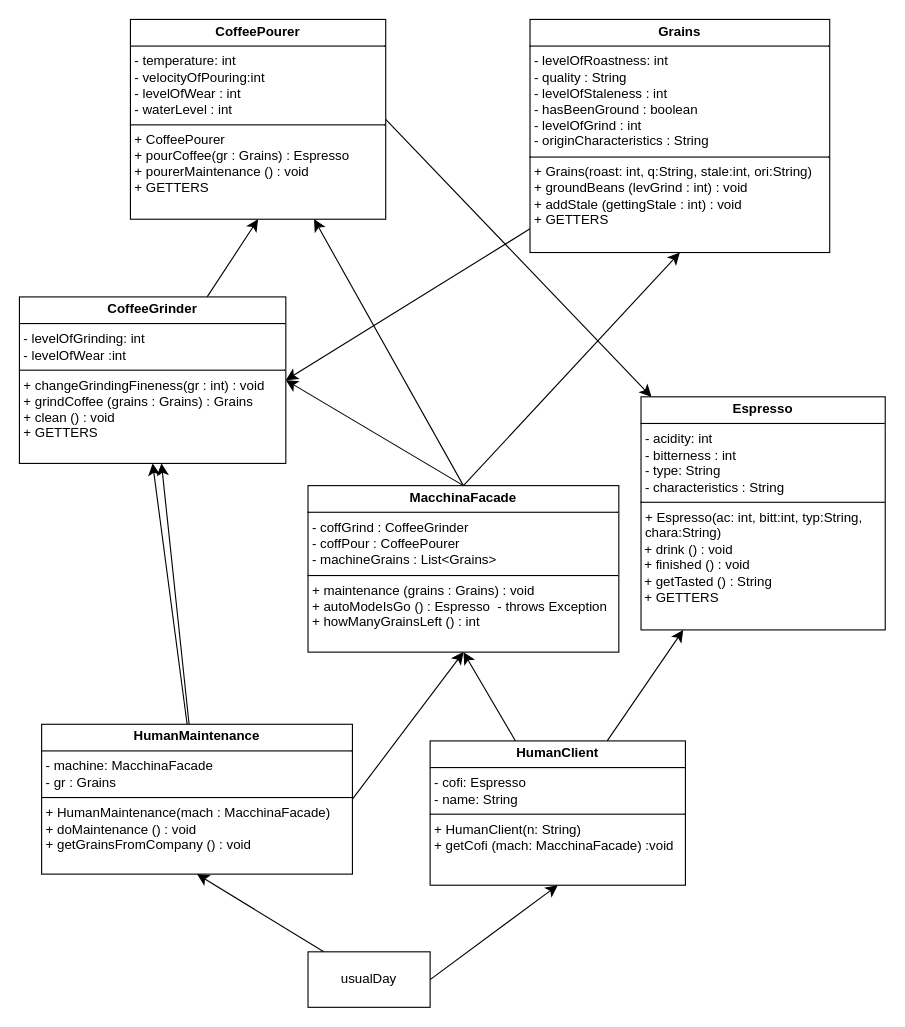
Earlier version of the draw.io diagram 21_03_25/DesignPatterns/Facade/CoffeeMachineUML.drawio (belligerentcrow/ids_unict). Source tidied: cells renumbered, new cells numbered last; positions are measured from the earlier drawing's top-left corner, leaving out a move shared by most shapes. Both pictures are drawn from the tidied source at 111%, with x=0, y=0 at pixel (19, 19).
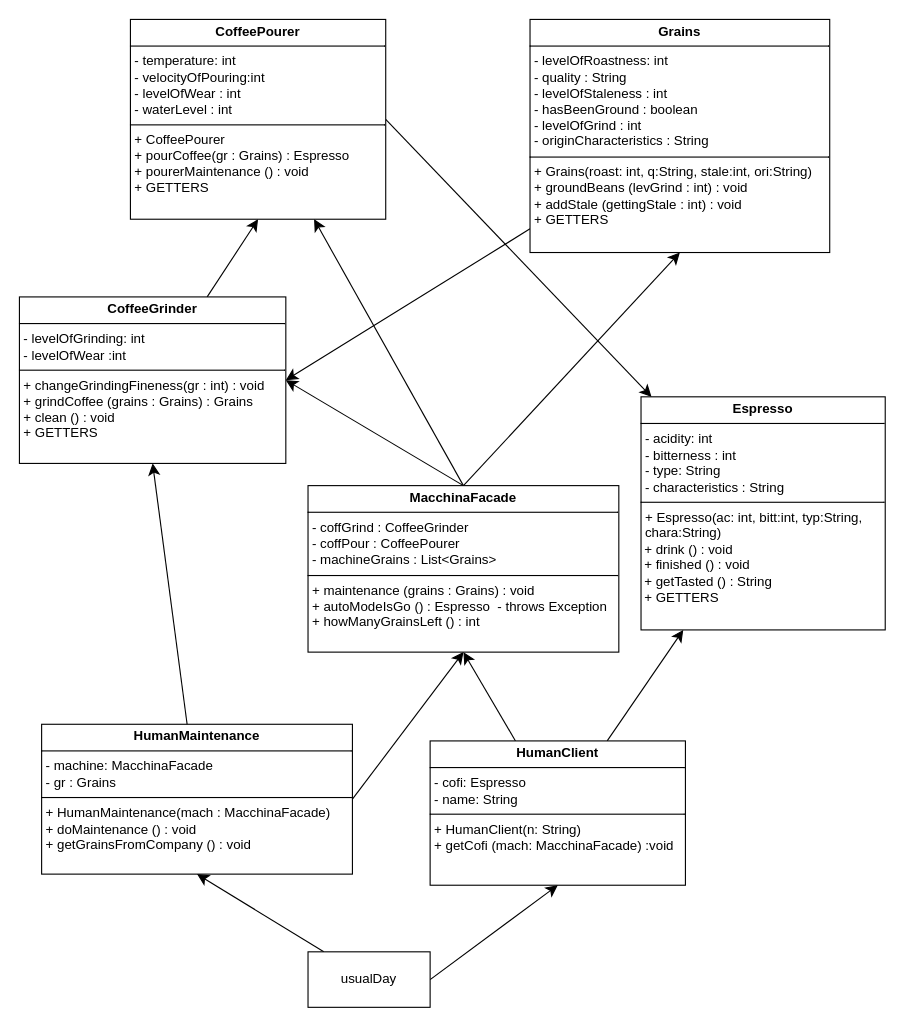
Above is the later version.

Commit message (it also covers changes not shown here):
Add UML diagram to MusicPlayer class

Unchanged cells that the change refers to:
```xml
<mxCell id="8" value="&lt;p style=&quot;margin:0px;margin-top:4px;text-align:center;&quot;&gt;&lt;b&gt;HumanMaintenance&lt;/b&gt;&lt;/p&gt;&lt;hr size=&quot;1&quot; style=&quot;border-style:solid;&quot;&gt;&lt;p style=&quot;margin:0px;margin-left:4px;&quot;&gt;- machine: MacchinaFacade&lt;/p&gt;&lt;p style=&quot;margin:0px;margin-left:4px;&quot;&gt;- gr : Grains&lt;/p&gt;&lt;hr size=&quot;1&quot; style=&quot;border-style:solid;&quot;&gt;&lt;p style=&quot;margin:0px;margin-left:4px;&quot;&gt;+ HumanMaintenance(mach : MacchinaFacade)&lt;/p&gt;&lt;p style=&quot;margin:0px;margin-left:4px;&quot;&gt;+ doMaintenance () : void&lt;/p&gt;&lt;p style=&quot;margin:0px;margin-left:4px;&quot;&gt;+ getGrainsFromCompany () : void&lt;/p&gt;" style="verticalAlign=top;align=left;overflow=fill;html=1;whiteSpace=wrap;" parent="1" vertex="1">
  <mxGeometry x="20" y="635" width="280" height="135" as="geometry" />
</mxCell>
<mxCell id="22" value="&lt;p style=&quot;margin:0px;margin-top:4px;text-align:center;&quot;&gt;&lt;b&gt;CoffeeGrinder&lt;/b&gt;&lt;/p&gt;&lt;hr size=&quot;1&quot; style=&quot;border-style:solid;&quot;&gt;&lt;p style=&quot;margin:0px;margin-left:4px;&quot;&gt;- levelOfGrinding: int&lt;/p&gt;&lt;p style=&quot;margin:0px;margin-left:4px;&quot;&gt;- levelOfWear :int&lt;/p&gt;&lt;hr size=&quot;1&quot; style=&quot;border-style:solid;&quot;&gt;&lt;p style=&quot;margin:0px;margin-left:4px;&quot;&gt;+ changeGrindingFineness(gr : int) : void&lt;/p&gt;&lt;p style=&quot;margin:0px;margin-left:4px;&quot;&gt;+ grindCoffee (grains : Grains) : Grains&lt;/p&gt;&lt;p style=&quot;margin:0px;margin-left:4px;&quot;&gt;+ clean () : void&lt;/p&gt;&lt;p style=&quot;margin:0px;margin-left:4px;&quot;&gt;+ GETTERS&lt;/p&gt;" style="verticalAlign=top;align=left;overflow=fill;html=1;whiteSpace=wrap;" parent="1" vertex="1">
  <mxGeometry y="250" width="240" height="150" as="geometry" />
</mxCell>
```

The edit, as a diff of the source:
```diff
@@
-    <mxCell id="6" style="edgeStyle=none;curved=1;rounded=0;jettySize=auto;html=1;fontSize=12;startSize=8;endSize=8;" parent="1" edge="1" source="8" target="22">
-      <mxGeometry relative="1" as="geometry" />
-    </mxCell>
```
